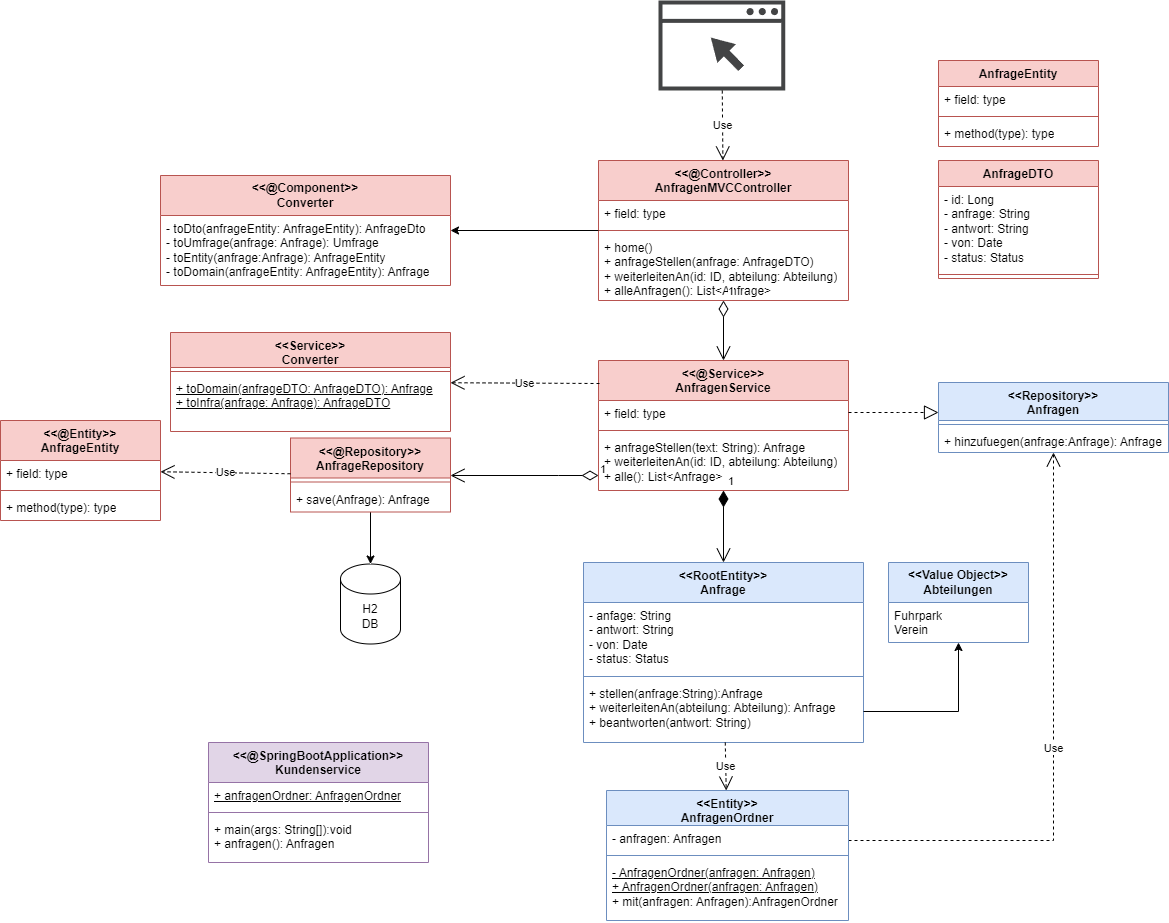
Above: umlDb.png in HLWoock/DDD_Kundenservice_map (draw.io), before the change. Source tidied: cells renumbered, new cells last; positions are measured from the earlier drawing's top-left corner, leaving out a move shared by most shapes.
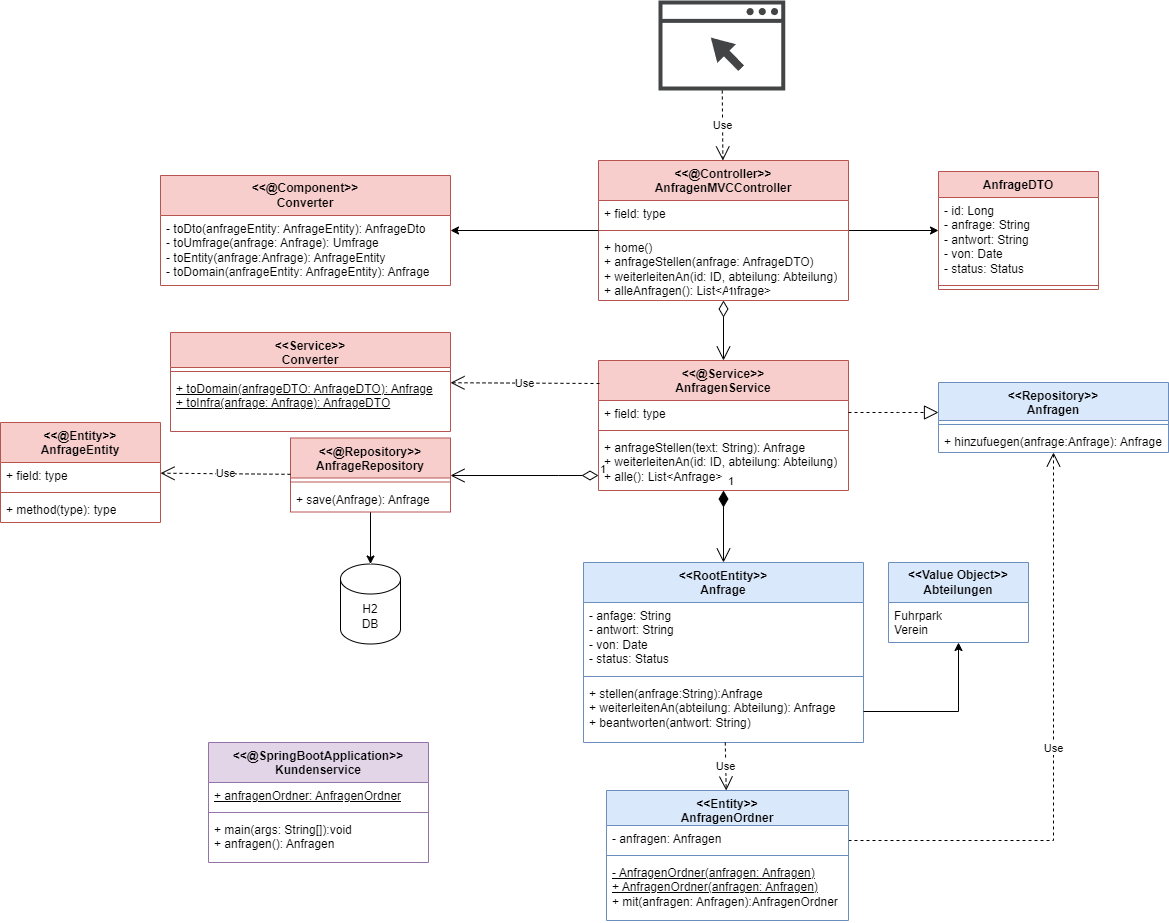
After the change.

The edit, as a diff of the source:
```diff
@@ -2,6 +2,9 @@
   <root>
     <mxCell id="0" />
     <mxCell id="1" parent="0" />
+    <mxCell id="60" style="edgeStyle=orthogonalEdgeStyle;rounded=0;jettySize=auto;html=1;" parent="1" edge="1" source="2" target="16">
+      <mxGeometry relative="1" as="geometry" />
+    </mxCell>
     <mxCell id="2" value="&amp;lt;&amp;lt;@Controller&amp;gt;&amp;gt;&lt;br&gt;AnfragenMVCController" style="swimlane;fontStyle=1;align=center;verticalAlign=top;horizontal=1;startSize=40;whiteSpace=wrap;html=1;fillColor=#f8cecc;strokeColor=#b85450;" parent="1" vertex="1">
       <mxGeometry x="598" y="160" width="250" height="140" as="geometry" />
     </mxCell>
@@ -33,7 +36,7 @@
       <mxGeometry x="340" y="563.5" width="60" height="80" as="geometry" />
     </mxCell>
     <mxCell id="12" value="&amp;lt;&amp;lt;@Entity&amp;gt;&amp;gt;&lt;br&gt;AnfrageEntity" style="swimlane;fontStyle=1;align=center;verticalAlign=top;horizontal=1;startSize=40;whiteSpace=wrap;html=1;fillColor=#f8cecc;strokeColor=#b85450;" parent="1" vertex="1">
-      <mxGeometry y="420" width="160" height="100" as="geometry" />
+      <mxGeometry y="422" width="160" height="100" as="geometry" />
     </mxCell>
     <mxCell id="13" value="+ field: type" style="text;strokeColor=none;fillColor=none;align=left;verticalAlign=top;spacingLeft=4;spacingRight=4;overflow=hidden;whiteSpace=wrap;html=1;" parent="12" vertex="1">
       <mxGeometry y="40" width="160" height="26" as="geometry" />
@@ -45,7 +48,7 @@
       <mxGeometry y="74" width="160" height="26" as="geometry" />
     </mxCell>
     <mxCell id="16" value="AnfrageDTO" style="swimlane;fontStyle=1;align=center;verticalAlign=top;horizontal=1;startSize=26;whiteSpace=wrap;html=1;fillColor=#f8cecc;strokeColor=#b85450;" parent="1" vertex="1">
-      <mxGeometry x="938" y="160" width="160" height="118" as="geometry" />
+      <mxGeometry x="938" y="171" width="160" height="118" as="geometry" />
     </mxCell>
     <mxCell id="17" value="- id: Long&lt;br&gt;- anfrage: String&lt;br&gt;- antwort: String&lt;br&gt;- von: Date&lt;br&gt;- status: Status" style="text;strokeColor=none;fillColor=none;align=left;verticalAlign=top;spacingLeft=4;spacingRight=4;overflow=hidden;whiteSpace=wrap;html=1;" parent="16" vertex="1">
       <mxGeometry y="26" width="160" height="84" as="geometry" />
@@ -177,17 +180,5 @@
     <mxCell id="55" style="edgeStyle=orthogonalEdgeStyle;rounded=0;jettySize=auto;html=1;" parent="1" edge="1" source="22" target="53">
       <mxGeometry relative="1" as="geometry" />
     </mxCell>
-    <mxCell id="56" value="AnfrageEntity" style="swimlane;fontStyle=1;align=center;verticalAlign=top;horizontal=1;startSize=26;whiteSpace=wrap;html=1;fillColor=#f8cecc;strokeColor=#b85450;" parent="1" vertex="1">
-      <mxGeometry x="938" y="60" width="160" height="86" as="geometry" />
-    </mxCell>
-    <mxCell id="57" value="+ field: type" style="text;strokeColor=none;fillColor=none;align=left;verticalAlign=top;spacingLeft=4;spacingRight=4;overflow=hidden;whiteSpace=wrap;html=1;" parent="56" vertex="1">
-      <mxGeometry y="26" width="160" height="26" as="geometry" />
-    </mxCell>
-    <mxCell id="58" style="line;strokeWidth=1;fillColor=none;align=left;verticalAlign=middle;spacingTop=-1;spacingLeft=3;spacingRight=3;labelPosition=right;strokeColor=inherit;" parent="56" vertex="1">
-      <mxGeometry y="52" width="160" height="8" as="geometry" />
-    </mxCell>
-    <mxCell id="59" value="+ method(type): type" style="text;strokeColor=none;fillColor=none;align=left;verticalAlign=top;spacingLeft=4;spacingRight=4;overflow=hidden;whiteSpace=wrap;html=1;" parent="56" vertex="1">
-      <mxGeometry y="60" width="160" height="26" as="geometry" />
-    </mxCell>
   </root>
 </mxGraphModel>
```
